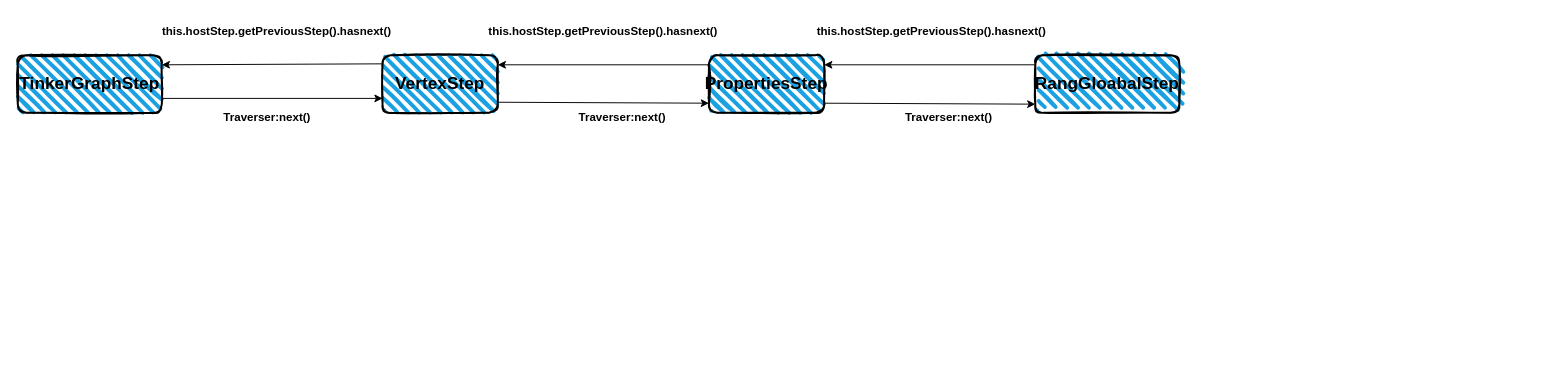
Before: TinkerPopTraversal.drawio in JackyYangPassion/DrawSketch, a draw.io diagram. Source tidied: cells renumbered, new cells numbered last; positions are measured from the earlier drawing's top-left corner, leaving out a move shared by most shapes. Both pictures are drawn from the tidied source at 96%, with x=0, y=0 at pixel (17, 16).
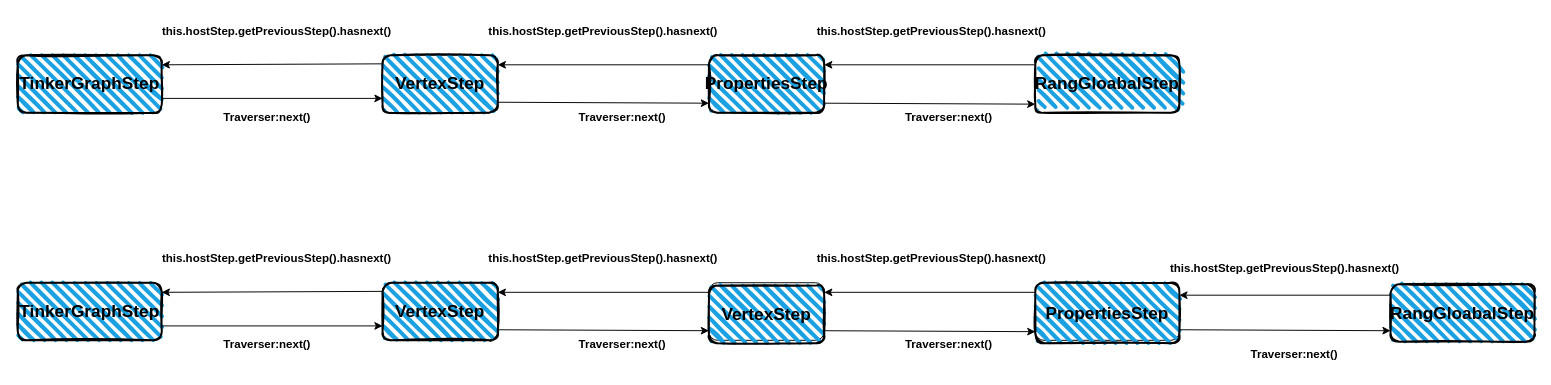
The same diagram, later.

Diff of the diagram source:
```diff
@@
+    <mxCell id="22" style="rounded=1;whiteSpace=wrap;html=1;" parent="1" vertex="1">
+      <mxGeometry y="277" width="150" height="60" as="geometry" />
+    </mxCell>
+    <mxCell id="23" style="rounded=1;whiteSpace=wrap;html=1;" parent="1" vertex="1">
+      <mxGeometry x="380" y="277" width="120" height="60" as="geometry" />
+    </mxCell>
+    <mxCell id="24" style="rounded=1;whiteSpace=wrap;html=1;" parent="1" vertex="1">
+      <mxGeometry x="720" y="277" width="120" height="60" as="geometry" />
+    </mxCell>
+    <mxCell id="25" style="rounded=1;whiteSpace=wrap;html=1;" parent="1" vertex="1">
+      <mxGeometry x="1060" y="277" width="150" height="60" as="geometry" />
+    </mxCell>
+    <mxCell id="26" value="&lt;b&gt;&lt;font style=&quot;font-size: 18px;&quot;&gt;TinkerGraphStep&lt;/font&gt;&lt;/b&gt;" style="rounded=1;whiteSpace=wrap;html=1;strokeWidth=2;fillWeight=4;hachureGap=8;hachureAngle=45;fillColor=#1ba1e2;sketch=1;" parent="1" vertex="1">
+      <mxGeometry y="277" width="150" height="60" as="geometry" />
+    </mxCell>
+    <mxCell id="27" value="&lt;b&gt;&lt;font style=&quot;font-size: 18px;&quot;&gt;VertexStep&lt;/font&gt;&lt;/b&gt;" style="rounded=1;whiteSpace=wrap;html=1;strokeWidth=2;fillWeight=4;hachureGap=8;hachureAngle=45;fillColor=#1ba1e2;sketch=1;" parent="1" vertex="1">
+      <mxGeometry x="380" y="277" width="120" height="60" as="geometry" />
+    </mxCell>
+    <mxCell id="28" value="&lt;b&gt;&lt;font style=&quot;font-size: 18px;&quot;&gt;PropertiesStep&lt;/font&gt;&lt;/b&gt;" style="rounded=1;whiteSpace=wrap;html=1;strokeWidth=2;fillWeight=4;hachureGap=8;hachureAngle=45;fillColor=#1ba1e2;sketch=1;" parent="1" vertex="1">
+      <mxGeometry x="1060" y="277" width="150" height="63" as="geometry" />
+    </mxCell>
+    <mxCell id="29" value="&lt;b&gt;&lt;font style=&quot;font-size: 18px;&quot;&gt;RangGloabalStep&lt;/font&gt;&lt;/b&gt;" style="rounded=1;whiteSpace=wrap;html=1;strokeWidth=2;fillWeight=4;hachureGap=8;hachureAngle=45;fillColor=#1ba1e2;sketch=1;" parent="1" vertex="1">
+      <mxGeometry x="1430" y="278.5" width="150" height="60" as="geometry" />
+    </mxCell>
+    <mxCell id="30" value="&lt;b&gt;this.hostStep.getPreviousStep().hasnext()&lt;/b&gt;" style="text;html=1;strokeColor=none;fillColor=none;align=center;verticalAlign=middle;whiteSpace=wrap;rounded=0;" parent="1" vertex="1">
+      <mxGeometry x="922" y="237" width="60" height="30" as="geometry" />
+    </mxCell>
+    <mxCell id="31" style="endArrow=classic;html=1;rounded=0;" parent="1" edge="1">
+      <mxGeometry relative="1" as="geometry">
+        <mxPoint x="500" y="326" as="sourcePoint" />
+        <mxPoint x="720" y="327" as="targetPoint" />
+      </mxGeometry>
+    </mxCell>
+    <mxCell id="32" style="endArrow=classic;html=1;rounded=0;entryX=0;entryY=0.75;entryDx=0;entryDy=0;exitX=1;exitY=0.75;exitDx=0;exitDy=0;" parent="1" edge="1" source="22" target="23">
+      <mxGeometry relative="1" as="geometry" />
+    </mxCell>
+    <mxCell id="33" style="endArrow=classic;html=1;rounded=0;" parent="1" edge="1">
+      <mxGeometry relative="1" as="geometry">
+        <mxPoint x="1060" y="287" as="sourcePoint" />
+        <mxPoint x="840" y="287" as="targetPoint" />
+      </mxGeometry>
+    </mxCell>
+    <mxCell id="34" style="endArrow=classic;html=1;rounded=0;" parent="1" edge="1">
+      <mxGeometry relative="1" as="geometry">
+        <mxPoint x="840" y="327" as="sourcePoint" />
+        <mxPoint x="1060" y="328" as="targetPoint" />
+      </mxGeometry>
+    </mxCell>
+    <mxCell id="35" style="endArrow=classic;html=1;rounded=0;" parent="1" edge="1">
+      <mxGeometry relative="1" as="geometry">
+        <mxPoint x="720" y="287" as="sourcePoint" />
+        <mxPoint x="500" y="287" as="targetPoint" />
+      </mxGeometry>
+    </mxCell>
+    <mxCell id="36" style="endArrow=classic;html=1;rounded=0;exitX=0.008;exitY=0.15;exitDx=0;exitDy=0;exitPerimeter=0;" parent="1" edge="1" source="23">
+      <mxGeometry relative="1" as="geometry">
+        <mxPoint x="150" y="287" as="targetPoint" />
+      </mxGeometry>
+    </mxCell>
+    <mxCell id="37" value="&lt;b&gt;this.hostStep.getPreviousStep().hasnext()&lt;/b&gt;" style="text;html=1;strokeColor=none;fillColor=none;align=center;verticalAlign=middle;whiteSpace=wrap;rounded=0;" parent="1" vertex="1">
+      <mxGeometry x="580" y="237" width="60" height="30" as="geometry" />
+    </mxCell>
+    <mxCell id="38" value="&lt;b&gt;this.hostStep.getPreviousStep().hasnext()&lt;/b&gt;" style="text;html=1;strokeColor=none;fillColor=none;align=center;verticalAlign=middle;whiteSpace=wrap;rounded=0;" parent="1" vertex="1">
+      <mxGeometry x="240" y="237" width="60" height="30" as="geometry" />
+    </mxCell>
+    <mxCell id="39" value="&lt;b&gt;Traverser:next()&lt;/b&gt;" style="text;html=1;strokeColor=none;fillColor=none;align=center;verticalAlign=middle;whiteSpace=wrap;rounded=0;" parent="1" vertex="1">
+      <mxGeometry x="230" y="327" width="60" height="30" as="geometry" />
+    </mxCell>
+    <mxCell id="40" value="&lt;b&gt;Traverser:next()&lt;/b&gt;" style="text;html=1;strokeColor=none;fillColor=none;align=center;verticalAlign=middle;whiteSpace=wrap;rounded=0;" parent="1" vertex="1">
+      <mxGeometry x="600" y="327" width="60" height="30" as="geometry" />
+    </mxCell>
+    <mxCell id="41" value="&lt;b&gt;Traverser:next()&lt;/b&gt;" style="text;html=1;strokeColor=none;fillColor=none;align=center;verticalAlign=middle;whiteSpace=wrap;rounded=0;" parent="1" vertex="1">
+      <mxGeometry x="940" y="327" width="60" height="30" as="geometry" />
+    </mxCell>
+    <mxCell id="42" style="endArrow=classic;html=1;rounded=0;" parent="1" edge="1">
+      <mxGeometry relative="1" as="geometry">
+        <mxPoint x="1430" y="290" as="sourcePoint" />
+        <mxPoint x="1210" y="290" as="targetPoint" />
+      </mxGeometry>
+    </mxCell>
+    <mxCell id="43" style="endArrow=classic;html=1;rounded=0;" parent="1" edge="1">
+      <mxGeometry relative="1" as="geometry">
+        <mxPoint x="1210" y="326" as="sourcePoint" />
+        <mxPoint x="1430" y="327" as="targetPoint" />
+      </mxGeometry>
+    </mxCell>
+    <mxCell id="44" value="&lt;b&gt;this.hostStep.getPreviousStep().hasnext()&lt;/b&gt;" style="text;html=1;strokeColor=none;fillColor=none;align=center;verticalAlign=middle;whiteSpace=wrap;rounded=0;" parent="1" vertex="1">
+      <mxGeometry x="1290" y="247" width="60" height="30" as="geometry" />
+    </mxCell>
+    <mxCell id="45" value="&lt;b&gt;Traverser:next()&lt;/b&gt;" style="text;html=1;strokeColor=none;fillColor=none;align=center;verticalAlign=middle;whiteSpace=wrap;rounded=0;" parent="1" vertex="1">
+      <mxGeometry x="1300" y="337" width="60" height="30" as="geometry" />
+    </mxCell>
+    <mxCell id="46" value="&lt;b&gt;&lt;font style=&quot;font-size: 18px;&quot;&gt;VertexStep&lt;/font&gt;&lt;/b&gt;" style="rounded=1;whiteSpace=wrap;html=1;strokeWidth=2;fillWeight=4;hachureGap=8;hachureAngle=45;fillColor=#1ba1e2;sketch=1;" parent="1" vertex="1">
+      <mxGeometry x="720" y="280" width="120" height="60" as="geometry" />
+    </mxCell>
```
